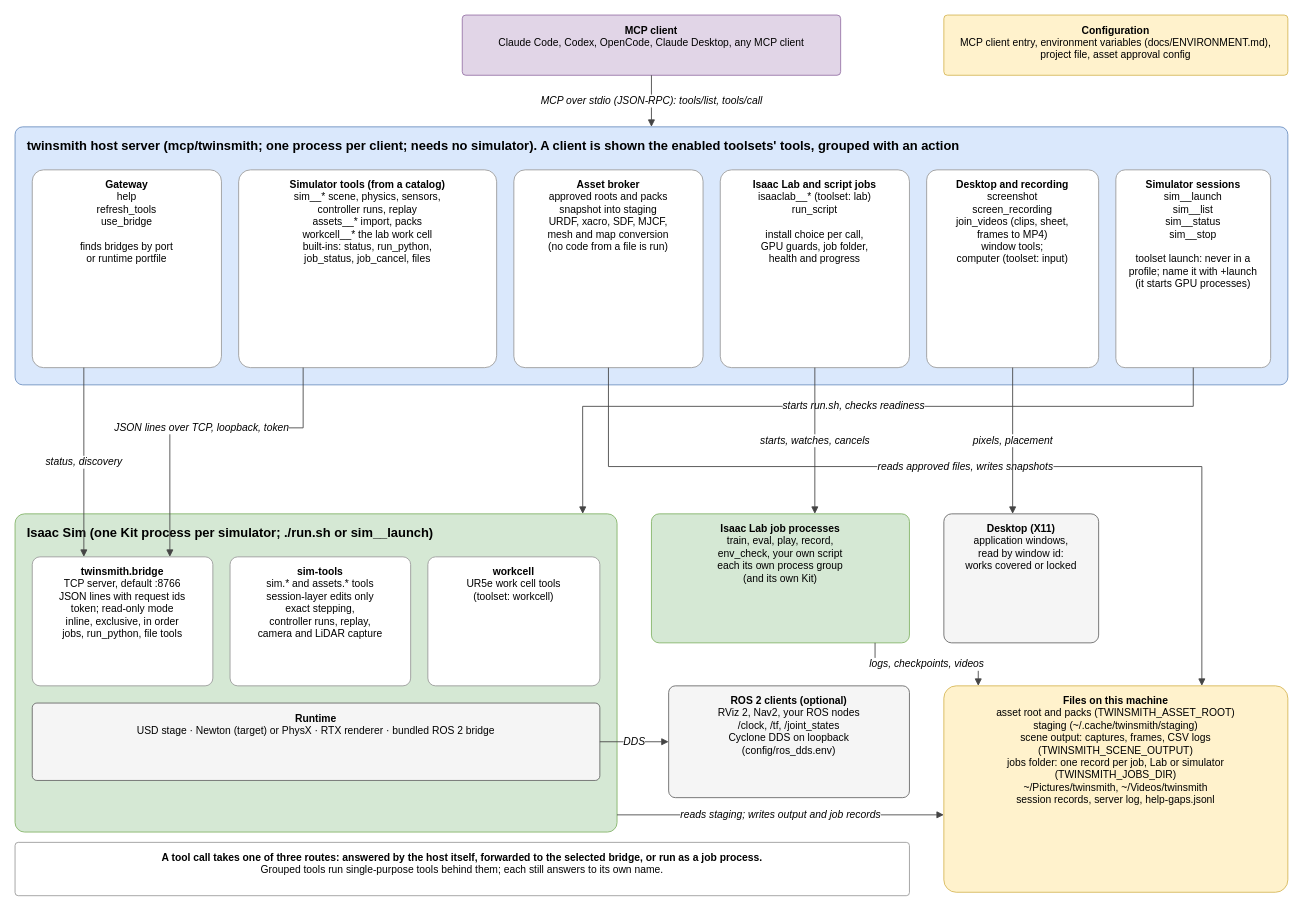
Above: docs/architecture.drawio in kalebcoleman/isaac-mcp (draw.io), before the change. Source tidied: cells renumbered, new cells numbered last; positions are measured from the earlier drawing's top-left corner, leaving out a move shared by most shapes. Both pictures are drawn from the tidied source at 86%, with x=0, y=0 at pixel (15, 15).
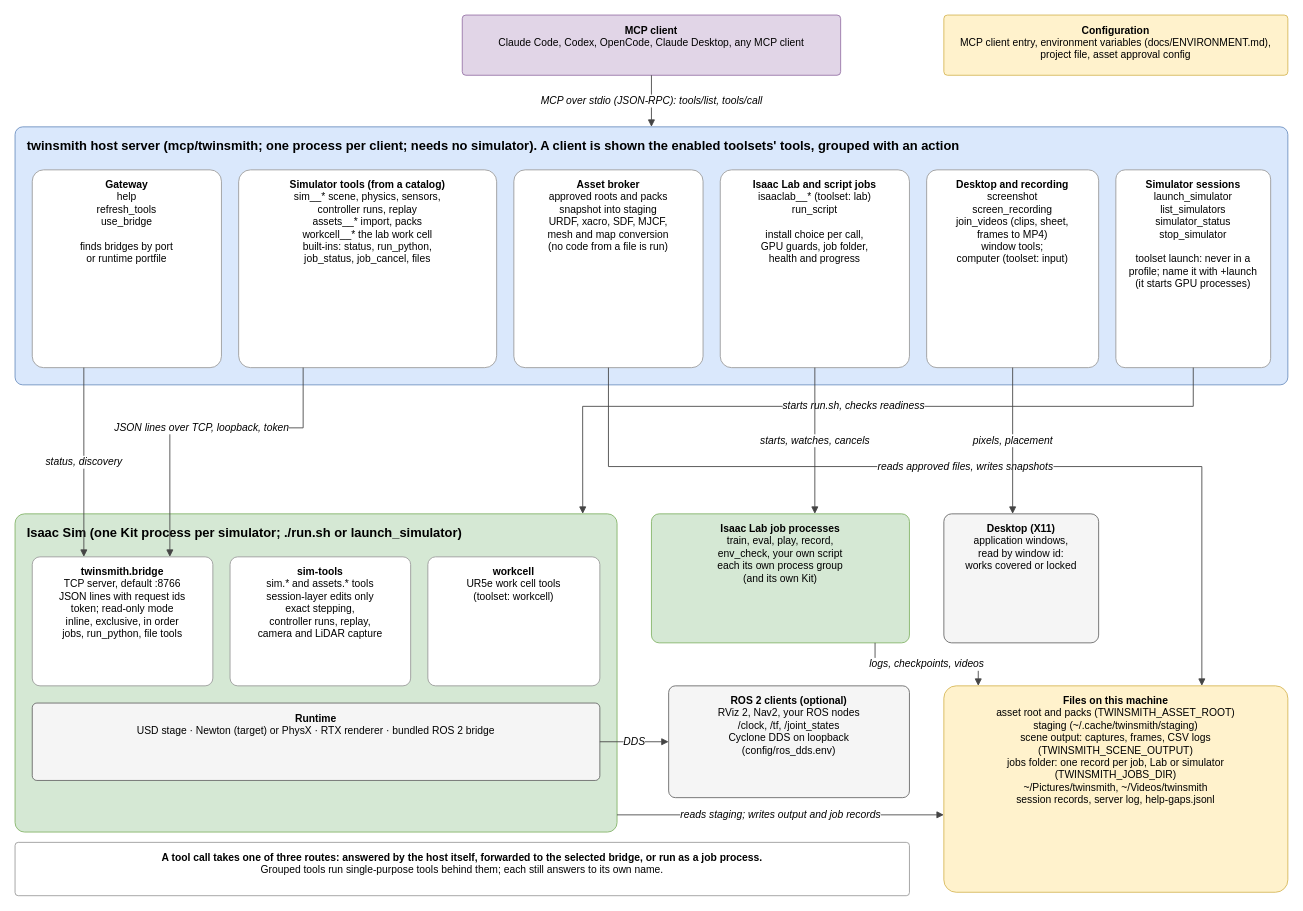
The same page after the edit.

Diff of the diagram source:
```diff
@@
-    <mxCell id="10" value="&lt;b&gt;Simulator sessions&lt;/b&gt;&lt;br&gt;sim__launch&lt;br&gt;sim__list&lt;br&gt;sim__status&lt;br&gt;sim__stop&lt;br&gt;&lt;br&gt;toolset launch: never in a&lt;br&gt;profile; name it with +launch&lt;br&gt;(it starts GPU processes)" style="rounded=1;arcSize=6;whiteSpace=wrap;html=1;fillColor=#ffffff;strokeColor=#999999;verticalAlign=top;spacingTop=4;fontSize=12;" parent="1" vertex="1">
+    <mxCell id="10" value="&lt;b&gt;Simulator sessions&lt;/b&gt;&lt;br&gt;launch_simulator&lt;br&gt;list_simulators&lt;br&gt;simulator_status&lt;br&gt;stop_simulator&lt;br&gt;&lt;br&gt;toolset launch: never in a&lt;br&gt;profile; name it with +launch&lt;br&gt;(it starts GPU processes)" style="rounded=1;arcSize=6;whiteSpace=wrap;html=1;fillColor=#ffffff;strokeColor=#999999;verticalAlign=top;spacingTop=4;fontSize=12;" parent="1" vertex="1">
       <mxGeometry x="1280" y="180" width="180" height="230" as="geometry" />
     </mxCell>
-    <mxCell id="11" value="&lt;b&gt;Isaac Sim  (one Kit process per simulator; ./run.sh or sim__launch)&lt;/b&gt;" style="rounded=1;arcSize=3;whiteSpace=wrap;html=1;fillColor=#d5e8d4;strokeColor=#82b366;verticalAlign=top;align=left;spacingLeft=12;spacingTop=6;fontSize=15;" parent="1" vertex="1">
+    <mxCell id="11" value="&lt;b&gt;Isaac Sim  (one Kit process per simulator; ./run.sh or launch_simulator)&lt;/b&gt;" style="rounded=1;arcSize=3;whiteSpace=wrap;html=1;fillColor=#d5e8d4;strokeColor=#82b366;verticalAlign=top;align=left;spacingLeft=12;spacingTop=6;fontSize=15;" parent="1" vertex="1">
       <mxGeometry y="580" width="700" height="370" as="geometry" />
     </mxCell>
```
